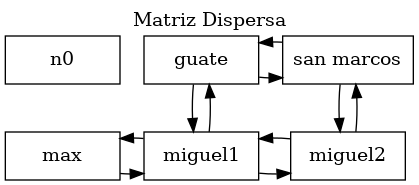
The Graphviz diagram src/Reportes/matriz.png in miguel-tubac/-EDD-Proyecto1_202101927, before a commit. Its source is kept beside it as src/Reportes/matriz.dot.
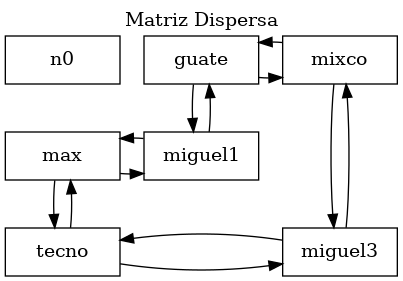
The same diagram one commit later.

The edit, as a diff of the source:
```diff
@@ -7,16 +7,19 @@
 	n2 -> n1 -> n2;
 	n1 [label = "miguel1" group=0];
 	n2 -> n5 -> n2;
-	n5 [label="san marcos" group=1];
+	n5 [label="mixco" group=1];
 	n5 -> n4 -> n5;
-	n4 [label = "miguel2" group=1];
+	n4 [label = "miguel3" group=1];
 	n0 -> n3 -> n0 [color=transparent];
 	n3 [label="max" group=0];
 	n3 -> n1 -> n3;
 	n1 [label="miguel1" group=0];
-	n1 -> n4 -> n1;
-	n4 [label="miguel2" group=1];
+	n3 -> n6 -> n3;
+	n6 [label="tecno" group=0];
+	n6 -> n4 -> n6;
+	n4 [label="miguel3" group=1];
 	{ rank=same; n0; n2; n5; }
-	{ rank=same; n3; n1; n4; }
+	{ rank=same; n3; n1; }
+	{ rank=same; n6; n4; }
 
 }
```
